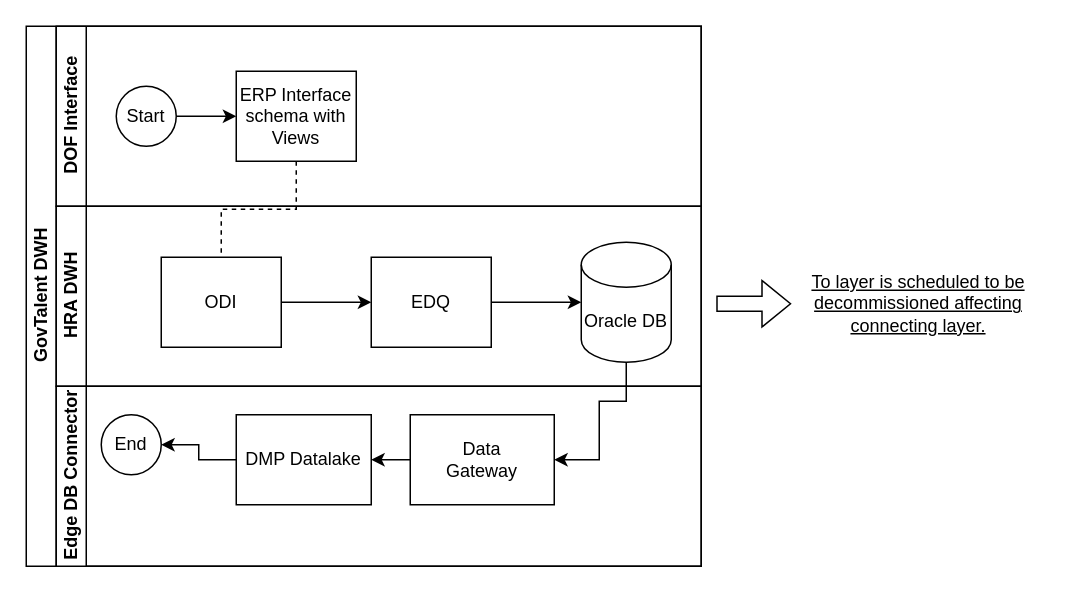
Above: DWH_Flow.drawio in Adityacs001/snippet (draw.io), before the change. Source tidied: cells renumbered, new cells numbered last; positions are measured from the earlier drawing's top-left corner, leaving out a move shared by most shapes. Both pictures are drawn from the tidied source at 150%, with x=0, y=0 at pixel (26, 26).
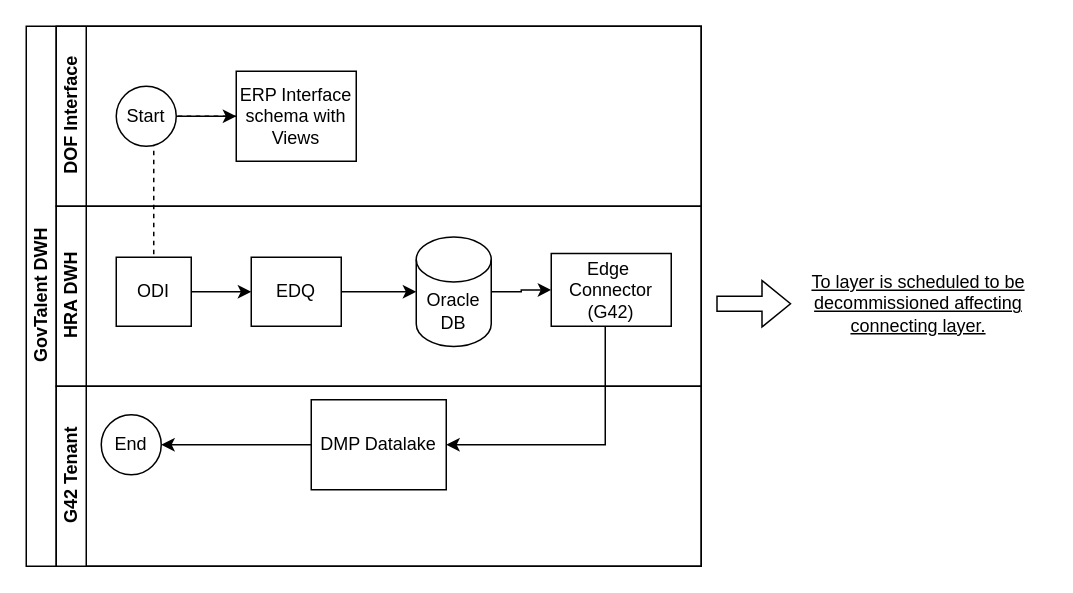
Above is the later version.

The change refers to these unchanged cells:
```xml
<mxCell id="2" value="GovTalent DWH" style="swimlane;html=1;horizontal=0;startSize=20;" parent="1" vertex="1">
  <mxGeometry width="450" height="360" as="geometry" />
</mxCell>
<mxCell id="8" value="HRA DWH" style="swimlane;html=1;startSize=20;horizontal=0;" parent="2" vertex="1">
  <mxGeometry x="20" y="120" width="430" height="120" as="geometry" />
</mxCell>
```

What changed in the source:
```diff
@@
     <mxCell id="9" value="ODI" style="rounded=0;whiteSpace=wrap;html=1;fontFamily=Helvetica;fontSize=12;fontColor=#000000;align=center;" parent="8" vertex="1">
-      <mxGeometry x="70" y="34" width="80" height="60" as="geometry" />
+      <mxGeometry x="40" y="34" width="50" height="46" as="geometry" />
     </mxCell>
@@
     <mxCell id="11" value="EDQ" style="rounded=0;whiteSpace=wrap;html=1;fontFamily=Helvetica;fontSize=12;fontColor=#000000;align=center;" parent="8" vertex="1">
-      <mxGeometry x="210" y="34" width="80" height="60" as="geometry" />
+      <mxGeometry x="130" y="34" width="60" height="46" as="geometry" />
     </mxCell>
@@
+    <mxCell id="20" style="edgeStyle=orthogonalEdgeStyle;rounded=0;jettySize=auto;html=1;" parent="8" edge="1" source="13" target="18">
+      <mxGeometry relative="1" as="geometry" />
+    </mxCell>
     <mxCell id="13" value="Oracle DB" style="shape=cylinder3;whiteSpace=wrap;html=1;boundedLbl=1;backgroundOutline=1;size=15;" parent="8" vertex="1">
-      <mxGeometry x="350" y="24" width="60" height="80" as="geometry" />
+      <mxGeometry x="240" y="20.5" width="50" height="73" as="geometry" />
     </mxCell>
+    <mxCell id="18" value="Edge&amp;nbsp;&lt;br&gt;Connector&lt;br&gt;(G42)" style="rounded=0;whiteSpace=wrap;html=1;fontFamily=Helvetica;fontSize=12;fontColor=#000000;align=center;" parent="8" vertex="1">
+      <mxGeometry x="330" y="31.5" width="80" height="48.5" as="geometry" />
+    </mxCell>
-    <mxCell id="14" value="Edge DB Connector" style="swimlane;html=1;startSize=20;horizontal=0;" parent="2" vertex="1">
+    <mxCell id="14" value="G42 Tenant" style="swimlane;html=1;startSize=20;horizontal=0;" parent="2" vertex="1">
       <mxGeometry x="20" y="240" width="430" height="120" as="geometry" />
     </mxCell>
     <mxCell id="15" value="DMP Datalake" style="rounded=0;whiteSpace=wrap;html=1;fontFamily=Helvetica;fontSize=12;fontColor=#000000;align=center;" parent="14" vertex="1">
-      <mxGeometry x="120" y="19" width="90" height="60" as="geometry" />
+      <mxGeometry x="170" y="9" width="90" height="60" as="geometry" />
     </mxCell>
@@
-    <mxCell id="18" value="Data &lt;br&gt;Gateway" style="rounded=0;whiteSpace=wrap;html=1;fontFamily=Helvetica;fontSize=12;fontColor=#000000;align=center;" parent="14" vertex="1">
-      <mxGeometry x="236" y="19" width="96" height="60" as="geometry" />
-    </mxCell>
-    <mxCell id="19" style="edgeStyle=orthogonalEdgeStyle;rounded=0;jettySize=auto;html=1;entryX=1;entryY=0.5;entryDx=0;entryDy=0;" parent="14" edge="1" source="18" target="15">
-      <mxGeometry relative="1" as="geometry" />
+    <mxCell id="19" style="edgeStyle=orthogonalEdgeStyle;rounded=0;jettySize=auto;html=1;entryX=1;entryY=0.5;entryDx=0;entryDy=0;" parent="2" edge="1" source="18" target="15">
+      <mxGeometry relative="1" as="geometry">
+        <Array as="points">
+          <mxPoint x="386" y="279" />
+        </Array>
+      </mxGeometry>
     </mxCell>
-    <mxCell id="20" style="edgeStyle=orthogonalEdgeStyle;rounded=0;jettySize=auto;html=1;entryX=1;entryY=0.5;entryDx=0;entryDy=0;" parent="2" edge="1" source="13" target="18">
-      <mxGeometry relative="1" as="geometry">
-        <Array as="points">
-          <mxPoint x="400" y="250" />
-          <mxPoint x="382" y="250" />
-          <mxPoint x="382" y="289" />
-        </Array>
-      </mxGeometry>
-    </mxCell>
```
